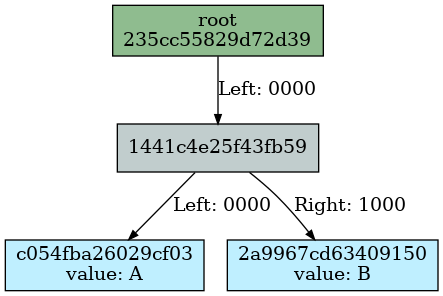
Earlier version of the Graphviz export docs/merkle_tree/mutation/2_leaves.dot.png (juicebox-systems/juicebox-hsm-realm). Its source is kept beside it as docs/merkle_tree/mutation/2_leaves.dot.
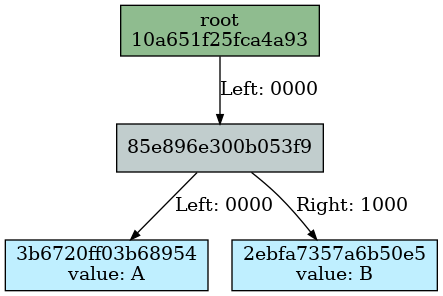
After the commit.

Diff of the diagram source:
```diff
@@ -1,28 +1,28 @@
 Digraph merkletree {
 
-h235cc55829d72d39 -> h1441c4e25f43fb59 [arrowsize=0.7 label="Left: 0000\l" nojustify=true ];
-h1441c4e25f43fb59 -> hc054fba26029cf03 [arrowsize=0.7 label="Left: 0000" nojustify=true ];
-h1441c4e25f43fb59 -> h2a9967cd63409150 [arrowsize=0.7 label="Right: 1000" nojustify=true ];
+h10a651f25fca4a93 -> h85e896e300b053f9 [arrowsize=0.7 label="Left: 0000" nojustify=true ];
+h85e896e300b053f9 -> h3b6720ff03b68954 [arrowsize=0.7 label="Left: 0000" nojustify=true ];
+h85e896e300b053f9 -> h2ebfa7357a6b50e5 [arrowsize=0.7 label="Right: 1000" nojustify=true ];
 
 Subgraph depth_0 {
 rank=same
 
-h235cc55829d72d39 [fillcolor=darkseagreen label="root\n235cc55829d72d39" ordering=out shape=box style=filled ];
+h10a651f25fca4a93 [fillcolor=darkseagreen label="root\n10a651f25fca4a93" ordering=out shape=box style=filled ];
 }
 
 
 Subgraph depth_4 {
 rank=same
 
-h1441c4e25f43fb59 [fillcolor=azure3 label="1441c4e25f43fb59" ordering=out shape=box style=filled ];
+h85e896e300b053f9 [fillcolor=azure3 label="85e896e300b053f9" ordering=out shape=box style=filled ];
 }
 
 
 Subgraph depth_256 {
 rank=same
 
-hc054fba26029cf03 [fillcolor=lightblue1 label="c054fba26029cf03\nvalue: A" ordering=out shape=box style=filled ];
-h2a9967cd63409150 [fillcolor=lightblue1 label="2a9967cd63409150\nvalue: B" ordering=out shape=box style=filled ];
+h3b6720ff03b68954 [fillcolor=lightblue1 label="3b6720ff03b68954\nvalue: A" ordering=out shape=box style=filled ];
+h2ebfa7357a6b50e5 [fillcolor=lightblue1 label="2ebfa7357a6b50e5\nvalue: B" ordering=out shape=box style=filled ];
 }
 
 }
```
